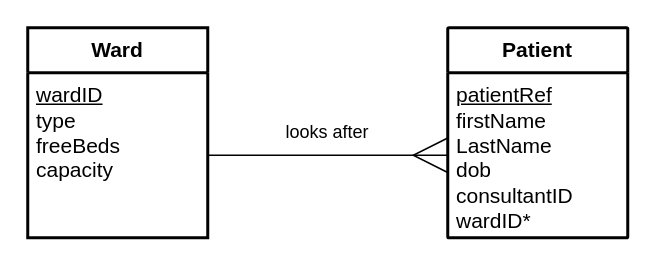
The draw.io diagram page "WP" (45 of 45) of higher/ddd/H-DDD-Clydeview/assets/Diagrams/H DDD Clydeview.drawio in MrFriendCS/MrFriendCS.github.io, before the edit. Source tidied: cells renumbered, new cells numbered last; positions are measured from the earlier drawing's top-left corner, leaving out a move shared by most shapes. Both pictures are drawn from the tidied source at 150%, with x=0, y=0 at pixel (27, 27).
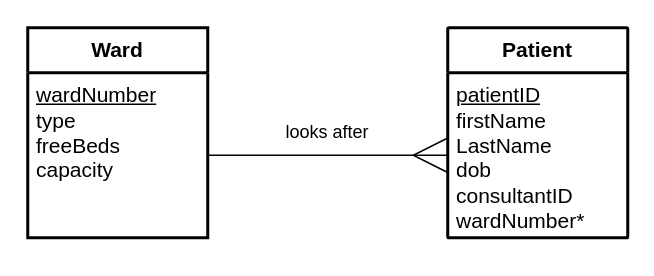
Above is the later version.

What changed in the source:
```diff
@@
 <mxGraphModel>
   <root>
     <mxCell id="0" />
     <mxCell id="1" parent="0" />
     <mxCell id="2" value="&lt;b&gt;Ward&lt;/b&gt;" style="swimlane;horizontal=1;startSize=30;rounded=1;fontSize=14;fontStyle=0;strokeWidth=2;shadow=0;dashed=0;align=center;arcSize=0;whiteSpace=wrap;html=1;fillColor=none;" parent="1" vertex="1">
       <mxGeometry width="120" height="140" as="geometry" />
     </mxCell>
-    <mxCell id="3" value="&lt;span style=&quot;font-size: 14px;&quot;&gt;&lt;u&gt;wardID&lt;/u&gt;&lt;/span&gt;&lt;div&gt;&lt;span style=&quot;font-size: 14px;&quot;&gt;type&lt;/span&gt;&lt;/div&gt;&lt;div&gt;&lt;span style=&quot;font-size: 14px;&quot;&gt;freeBeds&lt;/span&gt;&lt;/div&gt;&lt;div&gt;&lt;span style=&quot;font-size: 14px;&quot;&gt;capacity&lt;/span&gt;&lt;/div&gt;" style="align=left;strokeColor=none;fillColor=none;spacingLeft=4;fontSize=12;verticalAlign=top;html=1;" parent="2" vertex="1">
+    <mxCell id="3" value="&lt;span style=&quot;font-size: 14px;&quot;&gt;&lt;u&gt;wardNumber&lt;/u&gt;&lt;/span&gt;&lt;div&gt;&lt;span style=&quot;font-size: 14px;&quot;&gt;type&lt;/span&gt;&lt;/div&gt;&lt;div&gt;&lt;span style=&quot;font-size: 14px;&quot;&gt;freeBeds&lt;/span&gt;&lt;/div&gt;&lt;div&gt;&lt;span style=&quot;font-size: 14px;&quot;&gt;capacity&lt;/span&gt;&lt;/div&gt;" style="align=left;strokeColor=none;fillColor=none;spacingLeft=4;fontSize=12;verticalAlign=top;html=1;" parent="2" vertex="1">
       <mxGeometry y="30" width="120" height="110" as="geometry" />
     </mxCell>
     <mxCell id="4" style="edgeStyle=orthogonalEdgeStyle;rounded=0;orthogonalLoop=1;jettySize=auto;html=1;exitX=0.5;exitY=1;exitDx=0;exitDy=0;" parent="2" edge="1" source="3" target="3">
       <mxGeometry relative="1" as="geometry" />
     </mxCell>
     <mxCell id="5" value="&lt;b&gt;Patient&lt;/b&gt;" style="swimlane;horizontal=1;startSize=30;rounded=1;fontSize=14;fontStyle=0;strokeWidth=2;shadow=0;dashed=0;align=center;arcSize=1;whiteSpace=wrap;html=1;fillColor=none;" parent="1" vertex="1">
       <mxGeometry x="280" width="120" height="140" as="geometry" />
     </mxCell>
-    <mxCell id="6" value="&lt;span style=&quot;font-size: 14px;&quot;&gt;&lt;u&gt;patientRef&lt;/u&gt;&lt;/span&gt;&lt;div&gt;&lt;span style=&quot;font-size: 14px;&quot;&gt;firstName&lt;/span&gt;&lt;/div&gt;&lt;div&gt;&lt;span style=&quot;font-size: 14px;&quot;&gt;LastName&lt;/span&gt;&lt;/div&gt;&lt;div&gt;&lt;span style=&quot;font-size: 14px;&quot;&gt;dob&lt;/span&gt;&lt;/div&gt;&lt;div&gt;&lt;span style=&quot;font-size: 14px;&quot;&gt;consultantID&lt;/span&gt;&lt;/div&gt;&lt;div&gt;&lt;span style=&quot;font-size: 14px;&quot;&gt;wardID*&lt;/span&gt;&lt;/div&gt;" style="align=left;strokeColor=none;fillColor=none;spacingLeft=4;fontSize=12;verticalAlign=top;html=1;" parent="5" vertex="1">
+    <mxCell id="6" value="&lt;span style=&quot;font-size: 14px;&quot;&gt;&lt;u&gt;patientID&lt;/u&gt;&lt;/span&gt;&lt;div&gt;&lt;span style=&quot;font-size: 14px;&quot;&gt;firstName&lt;/span&gt;&lt;/div&gt;&lt;div&gt;&lt;span style=&quot;font-size: 14px;&quot;&gt;LastName&lt;/span&gt;&lt;/div&gt;&lt;div&gt;&lt;span style=&quot;font-size: 14px;&quot;&gt;dob&lt;/span&gt;&lt;/div&gt;&lt;div&gt;&lt;span style=&quot;font-size: 14px;&quot;&gt;consultantID&lt;/span&gt;&lt;/div&gt;&lt;div&gt;&lt;span style=&quot;font-size: 14px;&quot;&gt;wardNumber*&lt;/span&gt;&lt;/div&gt;" style="align=left;strokeColor=none;fillColor=none;spacingLeft=4;fontSize=12;verticalAlign=top;html=1;" parent="5" vertex="1">
       <mxGeometry y="30" width="120" height="110" as="geometry" />
     </mxCell>
     <mxCell id="7" style="rounded=0;jettySize=auto;html=1;exitX=1;exitY=0.5;exitDx=0;exitDy=0;entryX=0;entryY=0.5;entryDx=0;entryDy=0;endArrow=ERmany;endFill=0;endSize=21;" parent="1" edge="1" source="3" target="6">
       <mxGeometry relative="1" as="geometry" />
     </mxCell>
     <mxCell id="8" value="looks after" style="text;html=1;align=center;verticalAlign=middle;whiteSpace=wrap;rounded=0;" parent="1" vertex="1">
       <mxGeometry x="170" y="55" width="60" height="30" as="geometry" />
     </mxCell>
   </root>
 </mxGraphModel>
```
